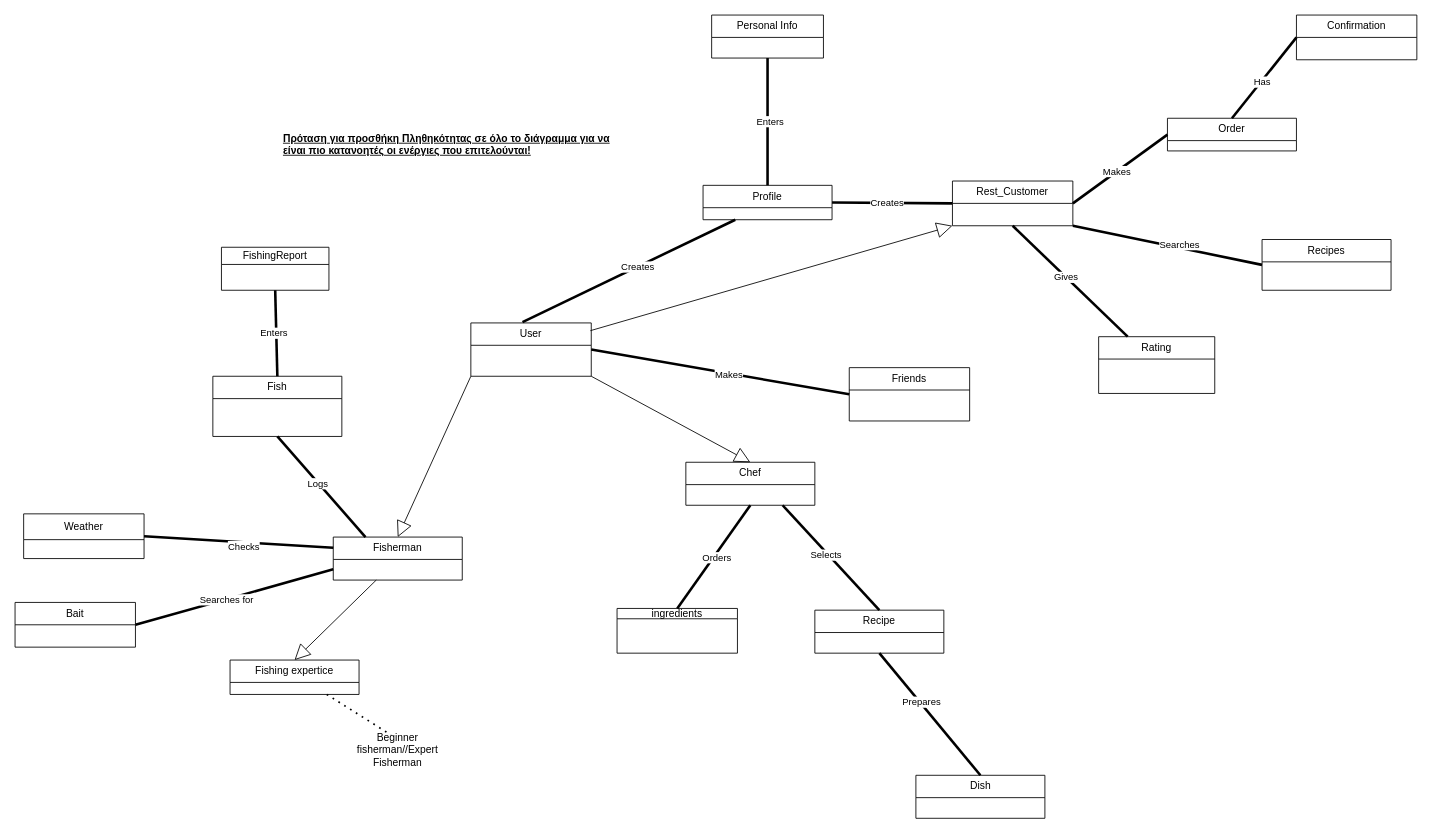
Earlier version of the draw.io diagram domain model - kostas.drawio (TMCEID/SoftEngFishApp). Source tidied: cells renumbered, new cells numbered last; positions are measured from the earlier drawing's top-left corner, leaving out a move shared by most shapes. Both pictures are drawn from the tidied source at 86%, with x=0, y=0 at pixel (15, 15).
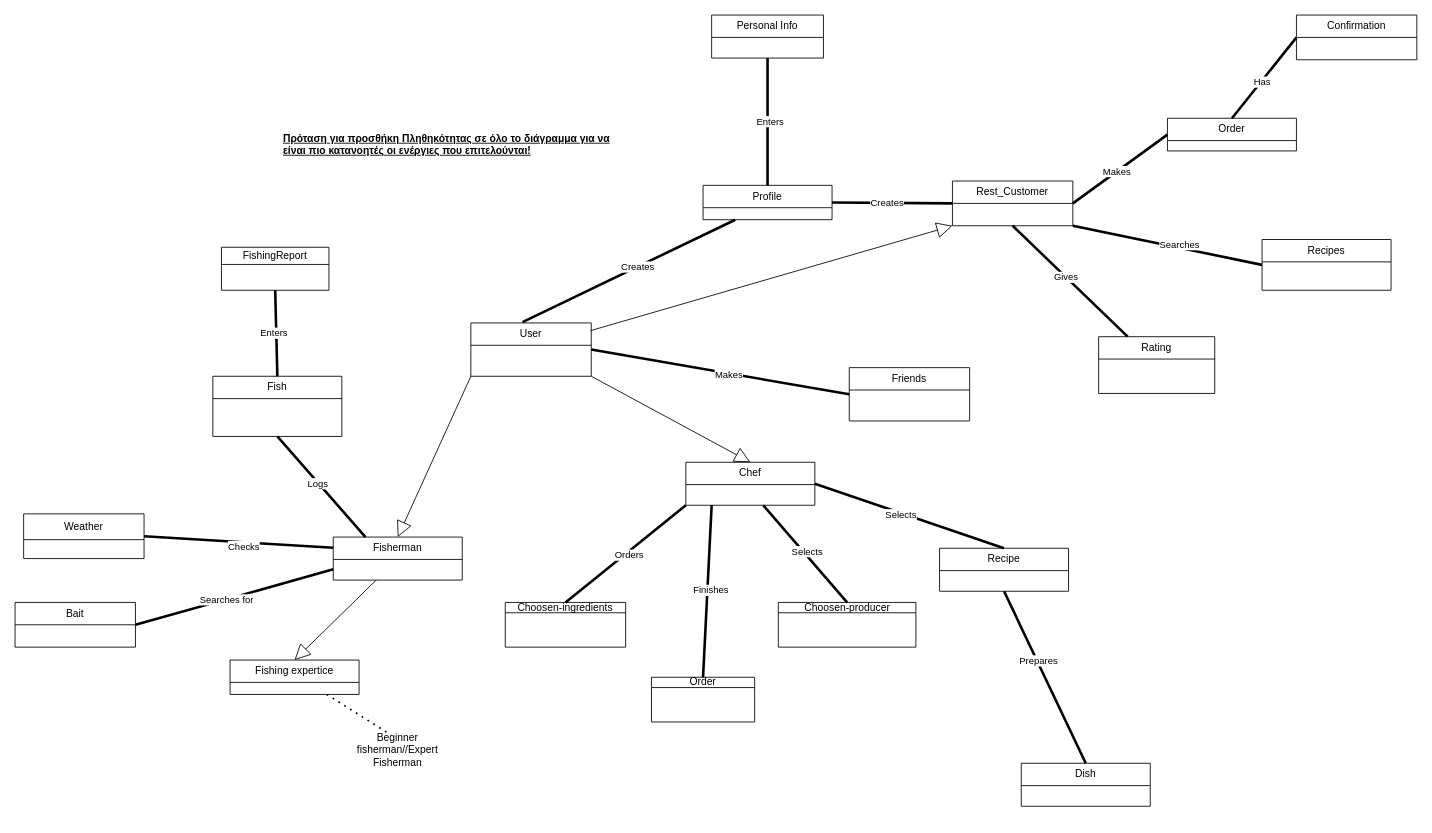
Above is the later version.

The change refers to these unchanged cells:
```xml
<mxCell id="12" value="Chef" style="swimlane;fontStyle=0;horizontal=1;startSize=26;fillColor=none;whiteSpace=wrap;html=1;" parent="1" vertex="1">
  <mxGeometry x="780" y="520" width="150" height="50" as="geometry" />
</mxCell>
```

What changed in the source:
```diff
@@
-    <mxCell id="6" value="ingredients" style="swimlane;fontStyle=0;horizontal=1;startSize=12;fillColor=none;whiteSpace=wrap;html=1;" parent="1" vertex="1">
-      <mxGeometry x="700" y="690" width="140" height="52" as="geometry" />
+    <mxCell id="6" value="Choosen-ingredients" style="swimlane;fontStyle=0;horizontal=1;startSize=12;fillColor=none;whiteSpace=wrap;html=1;" parent="1" vertex="1">
+      <mxGeometry x="570" y="683" width="140" height="52" as="geometry" />
     </mxCell>
@@
-    <mxCell id="21" style="endArrow=none;startArrow=none;endFill=0;startFill=0;endSize=8;html=1;verticalAlign=bottom;labelBackgroundColor=none;strokeWidth=3;rounded=0;entryX=0.5;entryY=1;entryDx=0;entryDy=0;exitX=0.5;exitY=0;exitDx=0;exitDy=0;" parent="1" edge="1" source="6" target="12">
+    <mxCell id="21" style="endArrow=none;startArrow=none;endFill=0;startFill=0;endSize=8;html=1;verticalAlign=bottom;labelBackgroundColor=none;strokeWidth=3;rounded=0;entryX=0;entryY=1;entryDx=0;entryDy=0;exitX=0.5;exitY=0;exitDx=0;exitDy=0;" parent="1" edge="1" source="6" target="12">
       <mxGeometry relative="1" as="geometry" />
     </mxCell>
@@
     <mxCell id="38" value="Recipe" style="swimlane;fontStyle=0;horizontal=1;startSize=26;fillColor=none;whiteSpace=wrap;html=1;" parent="1" vertex="1">
-      <mxGeometry x="930" y="692" width="150" height="50" as="geometry" />
+      <mxGeometry x="1075" y="620" width="150" height="50" as="geometry" />
     </mxCell>
-    <mxCell id="39" style="endArrow=none;startArrow=none;endFill=0;startFill=0;endSize=8;html=1;verticalAlign=bottom;labelBackgroundColor=none;strokeWidth=3;rounded=0;entryX=0.75;entryY=1;entryDx=0;entryDy=0;exitX=0.5;exitY=0;exitDx=0;exitDy=0;" parent="1" edge="1" source="38" target="12">
+    <mxCell id="39" style="endArrow=none;startArrow=none;endFill=0;startFill=0;endSize=8;html=1;verticalAlign=bottom;labelBackgroundColor=none;strokeWidth=3;rounded=0;entryX=1;entryY=0.5;entryDx=0;entryDy=0;exitX=0.5;exitY=0;exitDx=0;exitDy=0;" parent="1" edge="1" source="38" target="12">
       <mxGeometry relative="1" as="geometry" />
     </mxCell>
@@
     <mxCell id="41" value="&lt;div&gt;Dish&lt;/div&gt;" style="swimlane;fontStyle=0;horizontal=1;startSize=26;fillColor=none;whiteSpace=wrap;html=1;" parent="1" vertex="1">
-      <mxGeometry x="1047.5" y="884" width="150" height="50" as="geometry" />
+      <mxGeometry x="1170" y="870" width="150" height="50" as="geometry" />
     </mxCell>
@@
+    <mxCell id="58" value="Order" style="swimlane;fontStyle=0;horizontal=1;startSize=12;fillColor=none;whiteSpace=wrap;html=1;" parent="1" vertex="1">
+      <mxGeometry x="740" y="770" width="120" height="52" as="geometry" />
+    </mxCell>
+    <mxCell id="59" style="endArrow=none;startArrow=none;endFill=0;startFill=0;endSize=8;html=1;verticalAlign=bottom;labelBackgroundColor=none;strokeWidth=3;rounded=0;exitX=0.5;exitY=0;exitDx=0;exitDy=0;" parent="1" edge="1" source="58">
+      <mxGeometry relative="1" as="geometry">
+        <mxPoint x="810" y="570" as="targetPoint" />
+      </mxGeometry>
+    </mxCell>
+    <mxCell id="60" value="Finishes" style="edgeLabel;html=1;align=center;verticalAlign=middle;" parent="59" vertex="1">
+      <mxGeometry x="0.02" y="-3" relative="1" as="geometry" />
+    </mxCell>
+    <mxCell id="61" value="Choosen-producer" style="swimlane;fontStyle=0;horizontal=1;startSize=12;fillColor=none;whiteSpace=wrap;html=1;" parent="1" vertex="1">
+      <mxGeometry x="887.5" y="683" width="160" height="52" as="geometry" />
+    </mxCell>
+    <mxCell id="62" style="endArrow=none;startArrow=none;endFill=0;startFill=0;endSize=8;html=1;verticalAlign=bottom;labelBackgroundColor=none;strokeWidth=3;rounded=0;exitX=0.5;exitY=0;exitDx=0;exitDy=0;" parent="1" edge="1" source="61">
+      <mxGeometry relative="1" as="geometry">
+        <mxPoint x="870" y="570" as="targetPoint" />
+      </mxGeometry>
+    </mxCell>
+    <mxCell id="63" value="Selects" style="edgeLabel;html=1;align=center;verticalAlign=middle;" parent="62" vertex="1">
+      <mxGeometry x="0.02" y="-3" relative="1" as="geometry" />
+    </mxCell>
```
